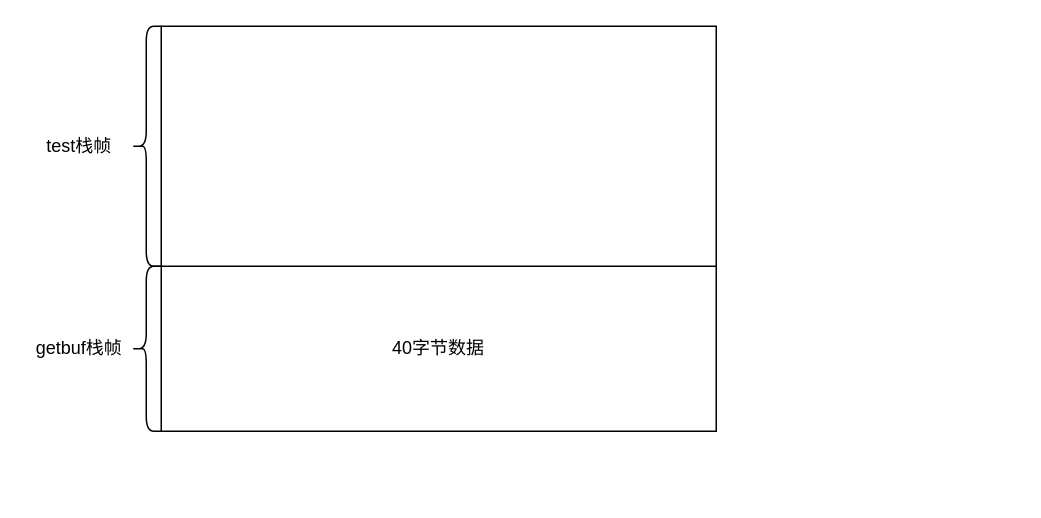
The draw.io diagram blog/Untitled Diagram.drawio in Zephyrccc/ImageHostingService, before the edit. Source tidied: cells renumbered, new cells numbered last; positions are measured from the earlier drawing's top-left corner, leaving out a move shared by most shapes. Both pictures are drawn from the tidied source at 150%, with x=0, y=0 at pixel (26, 26).
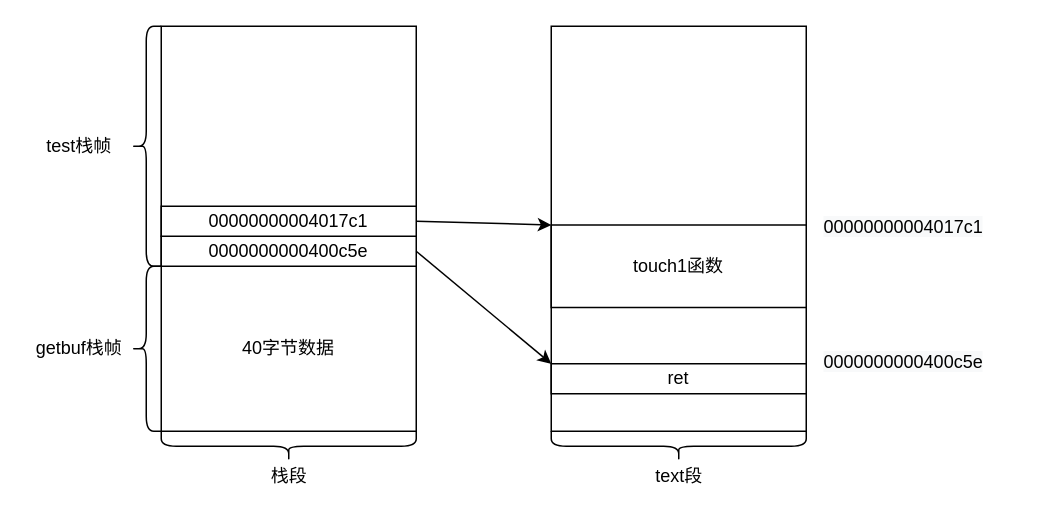
The same page after the edit.

The edit, as a diff of the source:
```diff
@@
     <mxCell id="2" value="40字节数据" style="rounded=0;whiteSpace=wrap;html=1;" parent="1" vertex="1">
-      <mxGeometry x="90" y="160" width="370" height="110" as="geometry" />
+      <mxGeometry x="90" y="160" width="170" height="110" as="geometry" />
     </mxCell>
@@
     <mxCell id="5" style="rounded=0;whiteSpace=wrap;html=1;" parent="1" vertex="1">
-      <mxGeometry x="90" width="370" height="160" as="geometry" />
+      <mxGeometry x="90" width="170" height="160" as="geometry" />
     </mxCell>
@@
+    <mxCell id="8" value="0000000000400c5e" style="rounded=0;whiteSpace=wrap;html=1;" parent="1" vertex="1">
+      <mxGeometry x="90" y="140" width="170" height="20" as="geometry" />
+    </mxCell>
+    <mxCell id="9" style="shape=curlyBracket;whiteSpace=wrap;html=1;rounded=1;rotation=-90;" parent="1" vertex="1">
+      <mxGeometry x="165" y="195" width="20" height="170" as="geometry" />
+    </mxCell>
+    <mxCell id="10" value="栈段" style="text;html=1;align=center;verticalAlign=middle;strokeColor=none;fillColor=none;" parent="1" vertex="1">
+      <mxGeometry x="155" y="290" width="40" height="20" as="geometry" />
+    </mxCell>
+    <mxCell id="11" style="rounded=0;whiteSpace=wrap;html=1;" parent="1" vertex="1">
+      <mxGeometry x="350" width="170" height="270" as="geometry" />
+    </mxCell>
+    <mxCell id="12" style="shape=curlyBracket;whiteSpace=wrap;html=1;rounded=1;rotation=-90;" parent="1" vertex="1">
+      <mxGeometry x="425" y="195" width="20" height="170" as="geometry" />
+    </mxCell>
+    <mxCell id="13" value="text段" style="text;html=1;align=center;verticalAlign=middle;strokeColor=none;fillColor=none;" parent="1" vertex="1">
+      <mxGeometry x="410" y="290" width="50" height="20" as="geometry" />
+    </mxCell>
+    <mxCell id="14" value="ret" style="rounded=0;whiteSpace=wrap;html=1;" parent="1" vertex="1">
+      <mxGeometry x="350" y="225" width="170" height="20" as="geometry" />
+    </mxCell>
+    <mxCell id="15" value="&lt;span style=&quot;color: rgb(0, 0, 0); font-family: helvetica; font-size: 12px; font-style: normal; font-weight: normal; letter-spacing: normal; text-align: center; text-indent: 0px; text-transform: none; word-spacing: 0px; background-color: rgb(248, 249, 250); text-decoration: none; display: inline; float: none;&quot;&gt;0000000000400c5e&lt;/span&gt;" style="text;whiteSpace=wrap;html=1;" parent="1" vertex="1">
+      <mxGeometry x="530" y="210" width="130" height="25" as="geometry" />
+    </mxCell>
+    <mxCell id="16" value="00000000004017c1" style="rounded=0;whiteSpace=wrap;html=1;" parent="1" vertex="1">
+      <mxGeometry x="90" y="120" width="170" height="20" as="geometry" />
+    </mxCell>
+    <mxCell id="17" value="&lt;span style=&quot;color: rgb(0, 0, 0); font-family: helvetica; font-size: 12px; font-style: normal; font-weight: normal; letter-spacing: normal; text-align: center; text-indent: 0px; text-transform: none; word-spacing: 0px; background-color: rgb(248, 249, 250); text-decoration: none; display: inline; float: none;&quot;&gt;00000000004017c1&lt;/span&gt;" style="text;whiteSpace=wrap;html=1;" parent="1" vertex="1">
+      <mxGeometry x="530" y="120" width="130" height="30" as="geometry" />
+    </mxCell>
+    <mxCell id="18" value="touch1函数" style="rounded=0;whiteSpace=wrap;html=1;" parent="1" vertex="1">
+      <mxGeometry x="350" y="132.5" width="170" height="55" as="geometry" />
+    </mxCell>
+    <mxCell id="19" style="endArrow=classic;html=1;rounded=0;exitX=1;exitY=0.5;exitDx=0;exitDy=0;" parent="1" edge="1" source="8">
+      <mxGeometry relative="1" as="geometry">
+        <mxPoint x="350" y="225" as="targetPoint" />
+      </mxGeometry>
+    </mxCell>
+    <mxCell id="20" style="endArrow=classic;html=1;rounded=0;exitX=1;exitY=0.5;exitDx=0;exitDy=0;" parent="1" edge="1" source="16">
+      <mxGeometry relative="1" as="geometry">
+        <mxPoint x="350" y="132.5" as="targetPoint" />
+      </mxGeometry>
+    </mxCell>
```
